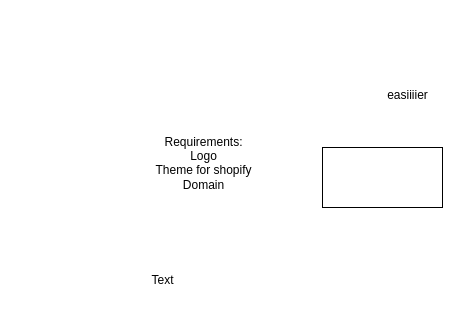
The draw.io diagram Untitled Diagram.drawio in kashishmakkar99/basic-rep, before the edit. Source tidied: cells renumbered, new cells numbered last; positions are measured from the earlier drawing's top-left corner, leaving out a move shared by most shapes. Both pictures are drawn from the tidied source at 100%, with x=0, y=0 at pixel (137, 82).
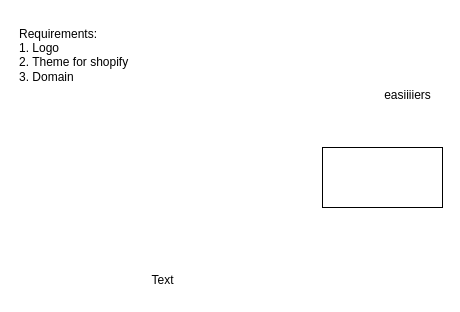
Above is the later version.

Change to the diagram source:
```diff
@@
 <mxGraphModel>
   <root>
     <mxCell id="0" />
     <mxCell id="1" parent="0" />
-    <mxCell id="2" value="easiiiier&lt;div&gt;&lt;br&gt;&lt;/div&gt;" style="text;html=1;align=center;verticalAlign=middle;strokeColor=none;fillColor=none;" parent="1" vertex="1">
-      <mxGeometry x="240" width="60" height="40" as="geometry" />
+    <mxCell id="2" value="easiiiiers&lt;div&gt;&lt;br&gt;&lt;/div&gt;" style="text;html=1;align=center;verticalAlign=middle;strokeColor=none;fillColor=none;" parent="1" vertex="1">
+      <mxGeometry x="235" width="70" height="40" as="geometry" />
     </mxCell>
-    <mxCell id="3" value="Requirements:&lt;div&gt;Logo&lt;/div&gt;&lt;div&gt;Theme for shopify&lt;/div&gt;&lt;div&gt;Domain&lt;/div&gt;&lt;div&gt;&lt;br&gt;&lt;/div&gt;" style="text;html=1;align=center;verticalAlign=middle;strokeColor=none;fillColor=none;" parent="1" vertex="1">
-      <mxGeometry x="6" y="43" width="120" height="90" as="geometry" />
+    <mxCell id="3" value="Requirements:&lt;div&gt;1. Logo&lt;/div&gt;&lt;div&gt;&lt;span style=&quot;background-color: transparent; color: light-dark(rgb(0, 0, 0), rgb(255, 255, 255));&quot;&gt;2. Theme for shopify&lt;/span&gt;&lt;/div&gt;&lt;div&gt;&lt;span style=&quot;background-color: transparent; color: light-dark(rgb(0, 0, 0), rgb(255, 255, 255));&quot;&gt;3. Domain&lt;/span&gt;&lt;/div&gt;&lt;div&gt;&lt;br&gt;&lt;/div&gt;" style="text;html=1;align=left;verticalAlign=middle;strokeColor=none;fillColor=none;" parent="1" vertex="1">
+      <mxGeometry x="-120" y="-65" width="130" height="90" as="geometry" />
     </mxCell>
     <mxCell id="4" value="Text" style="text;html=1;align=center;verticalAlign=middle;strokeColor=none;fillColor=none;" parent="1" vertex="1">
       <mxGeometry y="183" width="50" height="30" as="geometry" />
     </mxCell>
     <mxCell id="5" style="whiteSpace=wrap;html=1;" parent="1" vertex="1">
       <mxGeometry x="185" y="65" width="120" height="60" as="geometry" />
     </mxCell>
   </root>
 </mxGraphModel>
```
